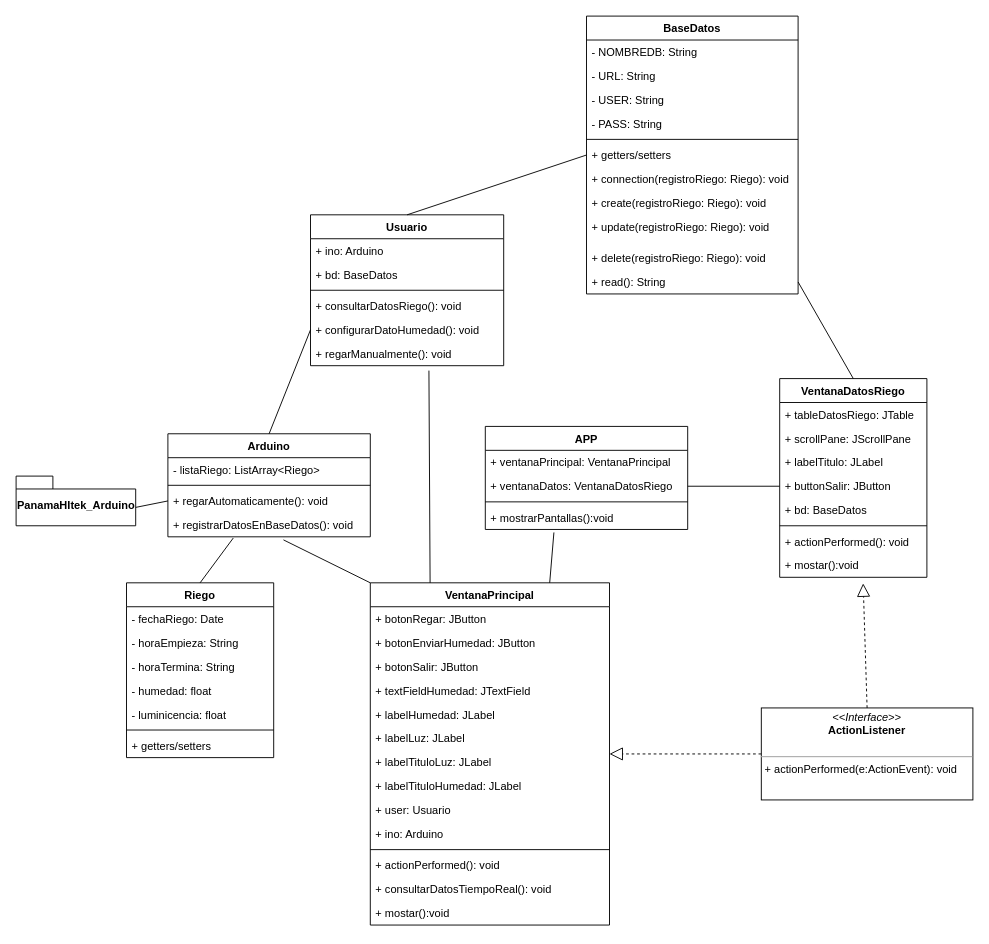
This is Utilities/DiagramaClasesSIA.drawio from Vladimirjon/SIA, a draw.io file, before an edit. Source tidied: cells renumbered, new cells numbered last; positions are measured from the earlier drawing's top-left corner, leaving out a move shared by most shapes. Both pictures are drawn from the tidied source at 92%, with x=0, y=0 at pixel (16, 16).
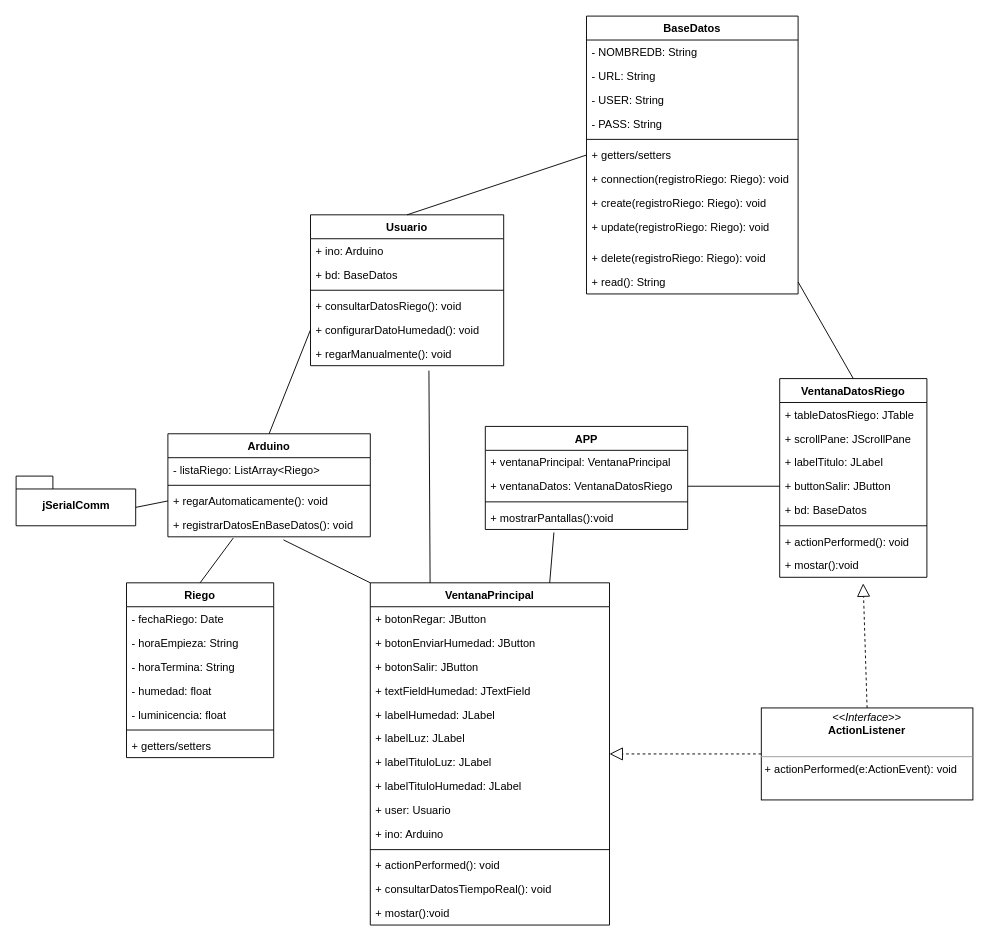
The same diagram, later.

Diff of the diagram source:
```diff
@@
-    <mxCell id="66" value="PanamaHItek_Arduino" style="shape=folder;fontStyle=1;spacingTop=10;tabWidth=40;tabHeight=14;tabPosition=left;html=1;" parent="1" vertex="1">
+    <mxCell id="66" value="jSerialComm" style="shape=folder;fontStyle=1;spacingTop=10;tabWidth=40;tabHeight=14;tabPosition=left;html=1;" parent="1" vertex="1">
       <mxGeometry y="500" width="130" height="54" as="geometry" />
     </mxCell>
```
